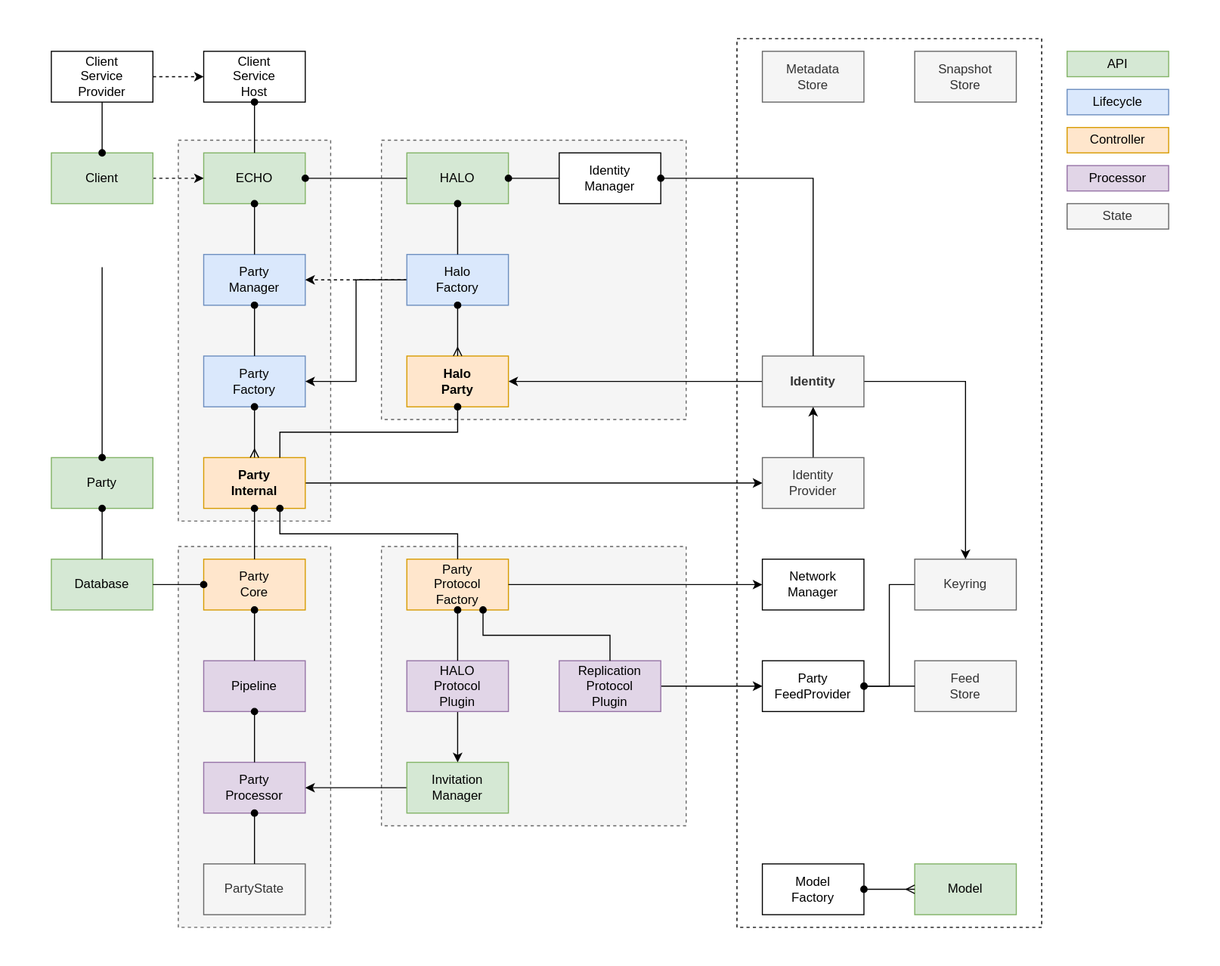
Above: docs/design/diagrams/echo-db.drawio.svg in dxos/dxos (draw.io), before the change. Source tidied: cells renumbered, new cells last; positions are measured from the earlier drawing's top-left corner, leaving out a move shared by most shapes.
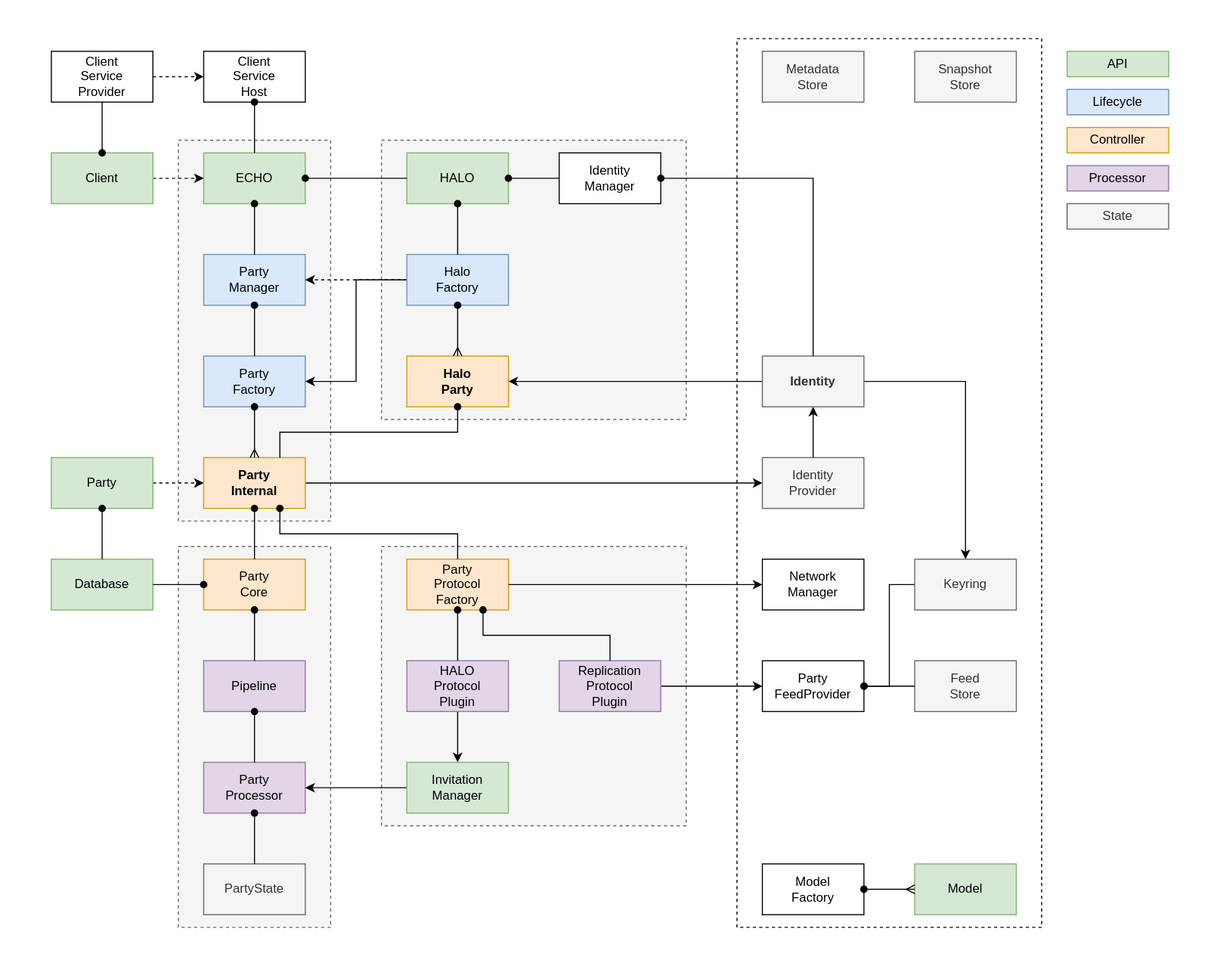
After the change.

Change to the diagram source:
```diff
@@ -38,6 +38,9 @@
     <mxCell id="13" value="Pipeline" style="rounded=0;whiteSpace=wrap;html=1;fillColor=#e1d5e7;strokeColor=#9673a6;" parent="1" vertex="1">
       <mxGeometry x="192" y="624" width="96" height="48" as="geometry" />
     </mxCell>
+    <mxCell id="82" style="edgeStyle=none;html=1;exitX=1;exitY=0.5;exitDx=0;exitDy=0;entryX=0;entryY=0.5;entryDx=0;entryDy=0;dashed=1;startArrow=none;startFill=0;endArrow=classic;endFill=1;" parent="1" edge="1" source="14" target="17">
+      <mxGeometry relative="1" as="geometry" />
+    </mxCell>
     <mxCell id="14" value="Party" style="rounded=0;whiteSpace=wrap;html=1;fillColor=#d5e8d4;strokeColor=#82b366;" parent="1" vertex="1">
       <mxGeometry x="48" y="432" width="96" height="48" as="geometry" />
     </mxCell>
@@ -266,11 +269,6 @@
     <mxCell id="79" value="Client" style="rounded=0;whiteSpace=wrap;html=1;fillColor=#d5e8d4;strokeColor=#82b366;" parent="1" vertex="1">
       <mxGeometry x="48" y="144" width="96" height="48" as="geometry" />
     </mxCell>
-    <mxCell id="80" style="edgeStyle=none;html=1;exitX=0.5;exitY=0;exitDx=0;exitDy=0;startArrow=oval;startFill=1;endArrow=none;endFill=0;" parent="1" edge="1" source="14">
-      <mxGeometry relative="1" as="geometry">
-        <mxPoint x="96" y="252" as="targetPoint" />
-      </mxGeometry>
-    </mxCell>
     <mxCell id="81" style="edgeStyle=none;html=1;exitX=0.5;exitY=0;exitDx=0;exitDy=0;startArrow=oval;startFill=1;endArrow=none;endFill=0;" parent="1" edge="1" source="79" target="76">
       <mxGeometry relative="1" as="geometry" />
     </mxCell>
```
